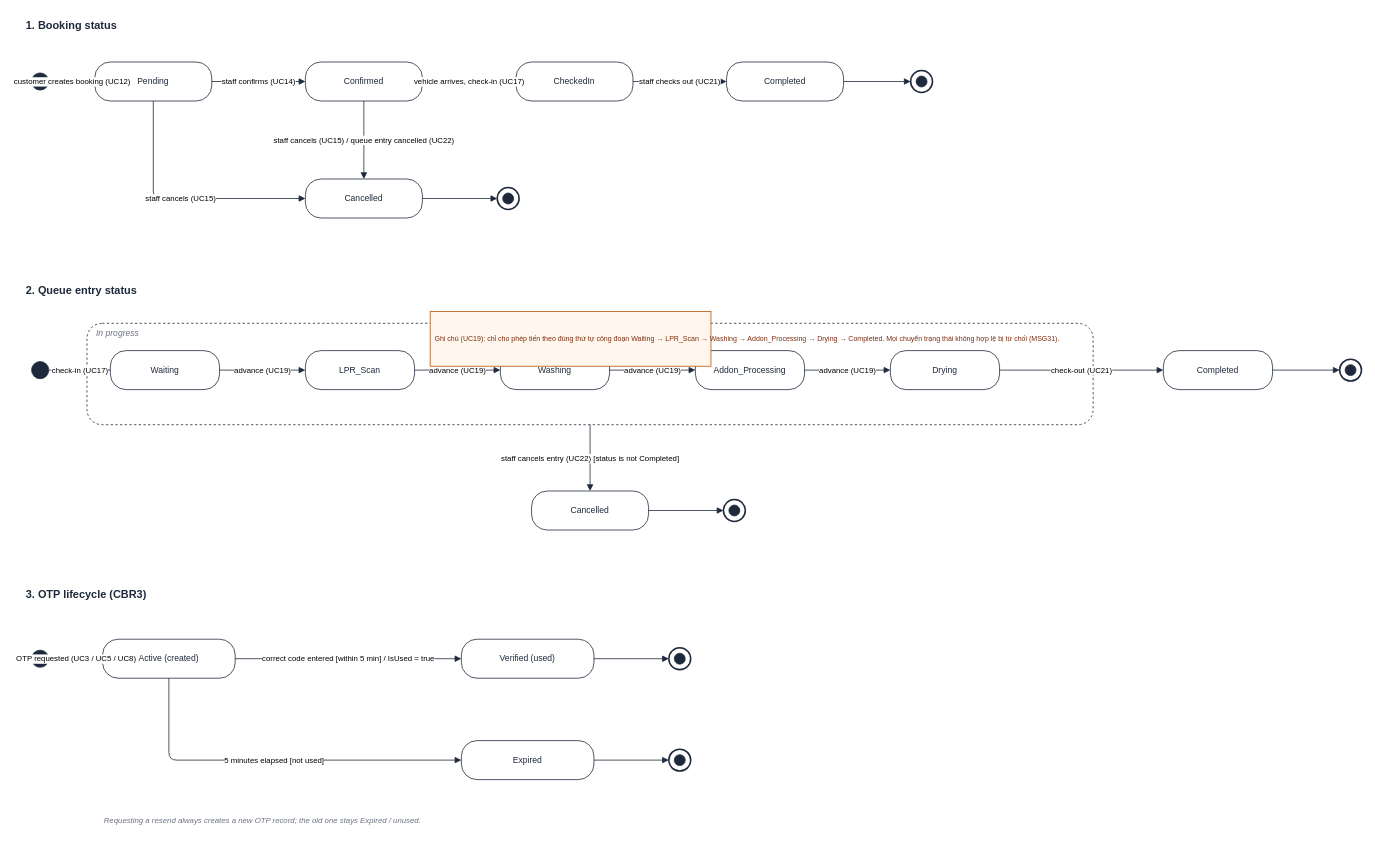
Above: diagrams/StateTransition.drawio in huycoder2103/SWR302-AutoWash-SRS (draw.io), before the change. Source tidied: cells renumbered, new cells numbered last; positions are measured from the earlier drawing's top-left corner, leaving out a move shared by most shapes. Both pictures are drawn from the tidied source at 78%, with x=0, y=0 at pixel (24, 13).
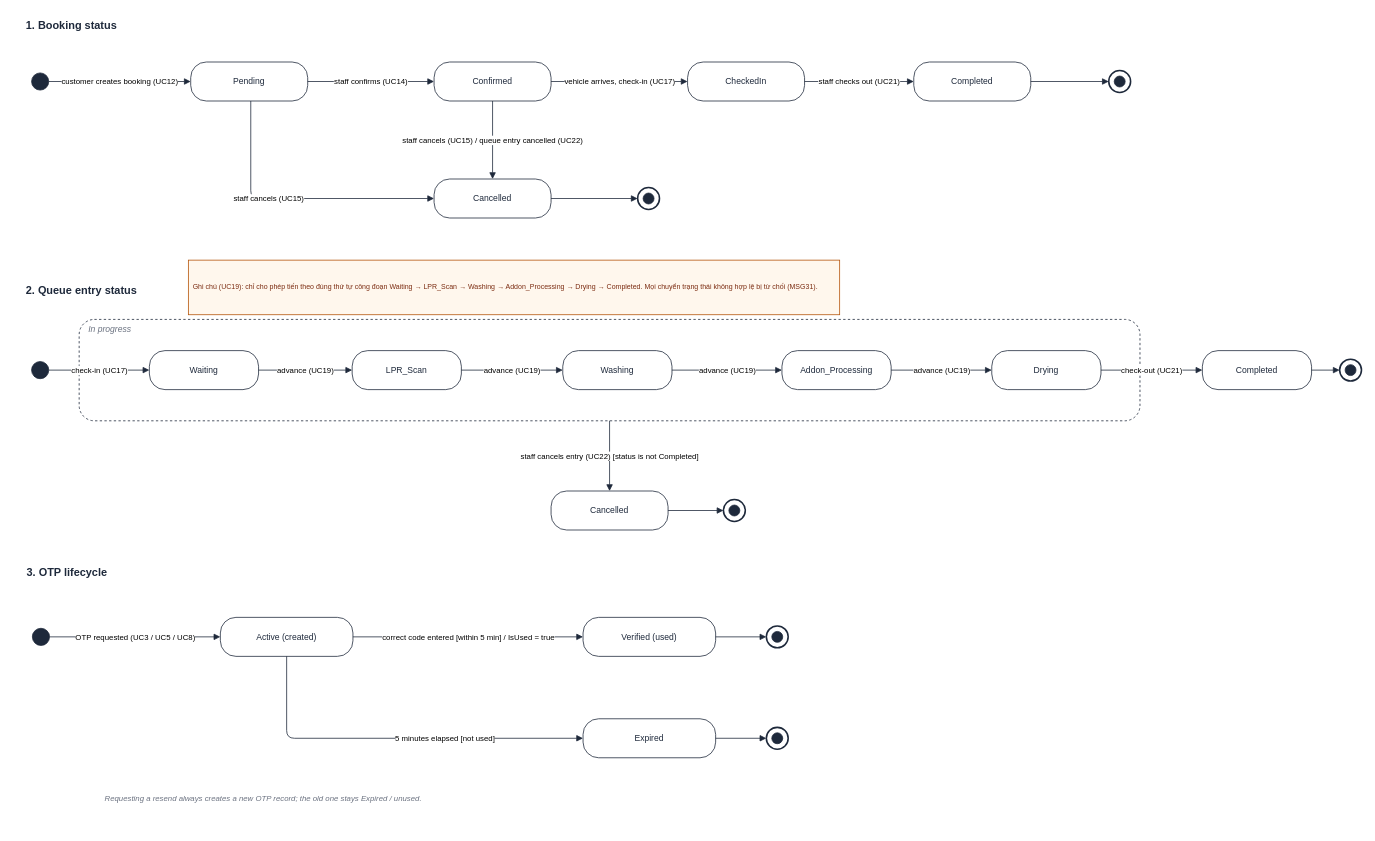
The same diagram, later.

The edit, as a diff of the source:
```diff
@@
     <mxCell id="4" value="Pending" style="rounded=1;whiteSpace=wrap;html=1;fontSize=11;fillColor=#ffffff;strokeColor=#1e293b;fontColor=#1e293b;arcSize=40;" parent="1" vertex="1">
-      <mxGeometry x="90" y="62" width="150" height="50" as="geometry" />
+      <mxGeometry x="213" y="62" width="150" height="50" as="geometry" />
     </mxCell>
     <mxCell id="5" value="Confirmed" style="rounded=1;whiteSpace=wrap;html=1;fontSize=11;fillColor=#ffffff;strokeColor=#1e293b;fontColor=#1e293b;arcSize=40;" parent="1" vertex="1">
-      <mxGeometry x="360" y="62" width="150" height="50" as="geometry" />
+      <mxGeometry x="525" y="62" width="150" height="50" as="geometry" />
     </mxCell>
     <mxCell id="6" value="CheckedIn" style="rounded=1;whiteSpace=wrap;html=1;fontSize=11;fillColor=#ffffff;strokeColor=#1e293b;fontColor=#1e293b;arcSize=40;" parent="1" vertex="1">
-      <mxGeometry x="630" y="62" width="150" height="50" as="geometry" />
+      <mxGeometry x="850" y="62" width="150" height="50" as="geometry" />
     </mxCell>
     <mxCell id="7" value="Completed" style="rounded=1;whiteSpace=wrap;html=1;fontSize=11;fillColor=#ffffff;strokeColor=#1e293b;fontColor=#1e293b;arcSize=40;" parent="1" vertex="1">
-      <mxGeometry x="900" y="62" width="150" height="50" as="geometry" />
+      <mxGeometry x="1140" y="62" width="150" height="50" as="geometry" />
     </mxCell>
     <mxCell id="8" style="ellipse;html=1;fillColor=none;strokeColor=#1e293b;strokeWidth=2;" parent="1" vertex="1">
-      <mxGeometry x="1136" y="73" width="28" height="28" as="geometry" />
+      <mxGeometry x="1390" y="73" width="28" height="28" as="geometry" />
     </mxCell>
     <mxCell id="9" style="ellipse;html=1;fillColor=#1e293b;strokeColor=#1e293b;" parent="1" vertex="1">
-      <mxGeometry x="1143" y="80" width="14" height="14" as="geometry" />
+      <mxGeometry x="1397" y="80" width="14" height="14" as="geometry" />
     </mxCell>
@@
     <mxCell id="15" value="Cancelled" style="rounded=1;whiteSpace=wrap;html=1;fontSize=11;fillColor=#ffffff;strokeColor=#1e293b;fontColor=#1e293b;arcSize=40;" parent="1" vertex="1">
-      <mxGeometry x="360" y="212" width="150" height="50" as="geometry" />
+      <mxGeometry x="525" y="212" width="150" height="50" as="geometry" />
     </mxCell>
     <mxCell id="16" style="ellipse;html=1;fillColor=none;strokeColor=#1e293b;strokeWidth=2;" parent="1" vertex="1">
-      <mxGeometry x="606" y="223" width="28" height="28" as="geometry" />
+      <mxGeometry x="786" y="223" width="28" height="28" as="geometry" />
     </mxCell>
     <mxCell id="17" style="ellipse;html=1;fillColor=#1e293b;strokeColor=#1e293b;" parent="1" vertex="1">
-      <mxGeometry x="613" y="230" width="14" height="14" as="geometry" />
+      <mxGeometry x="793" y="230" width="14" height="14" as="geometry" />
     </mxCell>
-    <mxCell id="18" value="staff cancels (UC15)" style="edgeStyle=orthogonalEdgeStyle;rounded=1;html=1;strokeColor=#1e293b;fontSize=10;labelBackgroundColor=#ffffff;endArrow=block;endFill=1;exitX=0.5;exitY=1;entryX=0;entryY=0.5;" parent="1" edge="1" source="4" target="15">
-      <mxGeometry relative="1" as="geometry">
+    <mxCell id="18" value="staff cancels (UC15)" style="edgeStyle=orthogonalEdgeStyle;rounded=1;html=1;strokeColor=#1e293b;fontSize=10;labelBackgroundColor=#ffffff;endArrow=block;endFill=1;entryX=0;entryY=0.5;" parent="1" edge="1" source="4" target="15">
+      <mxGeometry x="-0.18" relative="1" as="geometry">
         <Array as="points">
-          <mxPoint x="165" y="237" />
+          <mxPoint x="290" y="237" />
         </Array>
       </mxGeometry>
     </mxCell>
@@
     <mxCell id="23" value="In progress" style="rounded=1;whiteSpace=wrap;html=1;fontSize=11;fontStyle=2;verticalAlign=top;align=left;spacingLeft=10;fillColor=none;strokeColor=#1e293b;fontColor=#6b7280;arcSize=15;dashed=1;" parent="1" vertex="1">
-      <mxGeometry x="80" y="397" width="1290" height="130" as="geometry" />
+      <mxGeometry x="70" y="392" width="1360" height="130" as="geometry" />
     </mxCell>
     <mxCell id="24" value="Waiting" style="rounded=1;whiteSpace=wrap;html=1;fontSize=11;fillColor=#ffffff;strokeColor=#1e293b;fontColor=#1e293b;arcSize=40;" parent="1" vertex="1">
-      <mxGeometry x="110" y="432" width="140" height="50" as="geometry" />
+      <mxGeometry x="160" y="432" width="140" height="50" as="geometry" />
     </mxCell>
     <mxCell id="25" value="LPR_Scan" style="rounded=1;whiteSpace=wrap;html=1;fontSize=11;fillColor=#ffffff;strokeColor=#1e293b;fontColor=#1e293b;arcSize=40;" parent="1" vertex="1">
-      <mxGeometry x="360" y="432" width="140" height="50" as="geometry" />
+      <mxGeometry x="420" y="432" width="140" height="50" as="geometry" />
     </mxCell>
     <mxCell id="26" value="Washing" style="rounded=1;whiteSpace=wrap;html=1;fontSize=11;fillColor=#ffffff;strokeColor=#1e293b;fontColor=#1e293b;arcSize=40;" parent="1" vertex="1">
-      <mxGeometry x="610" y="432" width="140" height="50" as="geometry" />
+      <mxGeometry x="690" y="432" width="140" height="50" as="geometry" />
     </mxCell>
     <mxCell id="27" value="Addon_Processing" style="rounded=1;whiteSpace=wrap;html=1;fontSize=11;fillColor=#ffffff;strokeColor=#1e293b;fontColor=#1e293b;arcSize=40;" parent="1" vertex="1">
-      <mxGeometry x="860" y="432" width="140" height="50" as="geometry" />
+      <mxGeometry x="971" y="432" width="140" height="50" as="geometry" />
     </mxCell>
     <mxCell id="28" value="Drying" style="rounded=1;whiteSpace=wrap;html=1;fontSize=11;fillColor=#ffffff;strokeColor=#1e293b;fontColor=#1e293b;arcSize=40;" parent="1" vertex="1">
-      <mxGeometry x="1110" y="432" width="140" height="50" as="geometry" />
+      <mxGeometry x="1240" y="432" width="140" height="50" as="geometry" />
     </mxCell>
     <mxCell id="29" value="Completed" style="rounded=1;whiteSpace=wrap;html=1;fontSize=11;fillColor=#ffffff;strokeColor=#1e293b;fontColor=#1e293b;arcSize=40;" parent="1" vertex="1">
-      <mxGeometry x="1460" y="432" width="140" height="50" as="geometry" />
+      <mxGeometry x="1510" y="432" width="140" height="50" as="geometry" />
     </mxCell>
@@
     <mxCell id="39" value="Cancelled" style="rounded=1;whiteSpace=wrap;html=1;fontSize=11;fillColor=#ffffff;strokeColor=#1e293b;fontColor=#1e293b;arcSize=40;" parent="1" vertex="1">
-      <mxGeometry x="650" y="612" width="150" height="50" as="geometry" />
+      <mxGeometry x="675" y="612" width="150" height="50" as="geometry" />
     </mxCell>
@@
-    <mxCell id="44" value="3. OTP lifecycle (CBR3)" style="text;html=1;fontSize=14;fontStyle=1;fontColor=#1e293b;align=left;" parent="1" vertex="1">
-      <mxGeometry y="730" width="500" height="22" as="geometry" />
+    <mxCell id="44" value="3. OTP lifecycle" style="text;html=1;fontSize=14;fontStyle=1;fontColor=#1e293b;align=left;" parent="1" vertex="1">
+      <mxGeometry x="1" y="702" width="500" height="22" as="geometry" />
     </mxCell>
     <mxCell id="45" style="ellipse;html=1;fillColor=#1e293b;strokeColor=#1e293b;" parent="1" vertex="1">
-      <mxGeometry x="9" y="816" width="22" height="22" as="geometry" />
+      <mxGeometry x="10" y="788" width="22" height="22" as="geometry" />
     </mxCell>
     <mxCell id="46" value="Active (created)" style="rounded=1;whiteSpace=wrap;html=1;fontSize=11;fillColor=#ffffff;strokeColor=#1e293b;fontColor=#1e293b;arcSize=40;" parent="1" vertex="1">
-      <mxGeometry x="100" y="802" width="170" height="50" as="geometry" />
+      <mxGeometry x="251" y="774" width="170" height="50" as="geometry" />
     </mxCell>
     <mxCell id="47" value="Verified (used)" style="rounded=1;whiteSpace=wrap;html=1;fontSize=11;fillColor=#ffffff;strokeColor=#1e293b;fontColor=#1e293b;arcSize=40;" parent="1" vertex="1">
-      <mxGeometry x="560" y="802" width="170" height="50" as="geometry" />
+      <mxGeometry x="716" y="774" width="170" height="50" as="geometry" />
     </mxCell>
     <mxCell id="48" value="Expired" style="rounded=1;whiteSpace=wrap;html=1;fontSize=11;fillColor=#ffffff;strokeColor=#1e293b;fontColor=#1e293b;arcSize=40;" parent="1" vertex="1">
-      <mxGeometry x="560" y="932" width="170" height="50" as="geometry" />
+      <mxGeometry x="716" y="904" width="170" height="50" as="geometry" />
     </mxCell>
     <mxCell id="49" style="ellipse;html=1;fillColor=none;strokeColor=#1e293b;strokeWidth=2;" parent="1" vertex="1">
-      <mxGeometry x="826" y="813" width="28" height="28" as="geometry" />
+      <mxGeometry x="951" y="785" width="28" height="28" as="geometry" />
     </mxCell>
     <mxCell id="50" style="ellipse;html=1;fillColor=#1e293b;strokeColor=#1e293b;" parent="1" vertex="1">
-      <mxGeometry x="833" y="820" width="14" height="14" as="geometry" />
+      <mxGeometry x="958" y="792" width="14" height="14" as="geometry" />
     </mxCell>
     <mxCell id="51" style="ellipse;html=1;fillColor=none;strokeColor=#1e293b;strokeWidth=2;" parent="1" vertex="1">
-      <mxGeometry x="826" y="943" width="28" height="28" as="geometry" />
+      <mxGeometry x="951" y="915" width="28" height="28" as="geometry" />
     </mxCell>
     <mxCell id="52" style="ellipse;html=1;fillColor=#1e293b;strokeColor=#1e293b;" parent="1" vertex="1">
-      <mxGeometry x="833" y="950" width="14" height="14" as="geometry" />
+      <mxGeometry x="958" y="922" width="14" height="14" as="geometry" />
     </mxCell>
@@
-    <mxCell id="55" value="5 minutes elapsed [not used]" style="edgeStyle=orthogonalEdgeStyle;rounded=1;html=1;strokeColor=#1e293b;fontSize=10;labelBackgroundColor=#ffffff;endArrow=block;endFill=1;exitX=0.5;exitY=1;entryX=0;entryY=0.5;" parent="1" edge="1" source="46" target="48">
-      <mxGeometry relative="1" as="geometry">
+    <mxCell id="55" value="5 minutes elapsed [not used]" style="edgeStyle=orthogonalEdgeStyle;rounded=1;html=1;strokeColor=#1e293b;fontSize=10;labelBackgroundColor=#ffffff;endArrow=block;endFill=1;entryX=0;entryY=0.5;" parent="1" edge="1" source="46" target="48">
+      <mxGeometry x="0.27" relative="1" as="geometry">
         <Array as="points">
-          <mxPoint x="185" y="957" />
+          <mxPoint x="336" y="929" />
         </Array>
       </mxGeometry>
     </mxCell>
@@
     <mxCell id="58" value="Requesting a resend always creates a new OTP record; the old one stays Expired / unused." style="text;html=1;fontSize=10;fontStyle=2;fontColor=#6b7280;align=left;" parent="1" vertex="1">
-      <mxGeometry x="100" y="1022" width="700" height="22" as="geometry" />
+      <mxGeometry x="101" y="994" width="700" height="22" as="geometry" />
     </mxCell>
     <mxCell id="59" value="Ghi chú (UC19): chỉ cho phép tiến theo đúng thứ tự công đoạn Waiting → LPR_Scan → Washing → Addon_Processing → Drying → Completed. Mọi chuyển trạng thái không hợp lệ bị từ chối (MSG31)." style="text;html=1;strokeColor=#b45309;fillColor=#fff7ed;align=left;verticalAlign=middle;fontSize=9;fontColor=#7c2d12;spacing=6;" parent="1" vertex="1">
-      <mxGeometry x="520" y="382" width="360" height="70" as="geometry" />
+      <mxGeometry x="210" y="316" width="835" height="70" as="geometry" />
     </mxCell>
```
